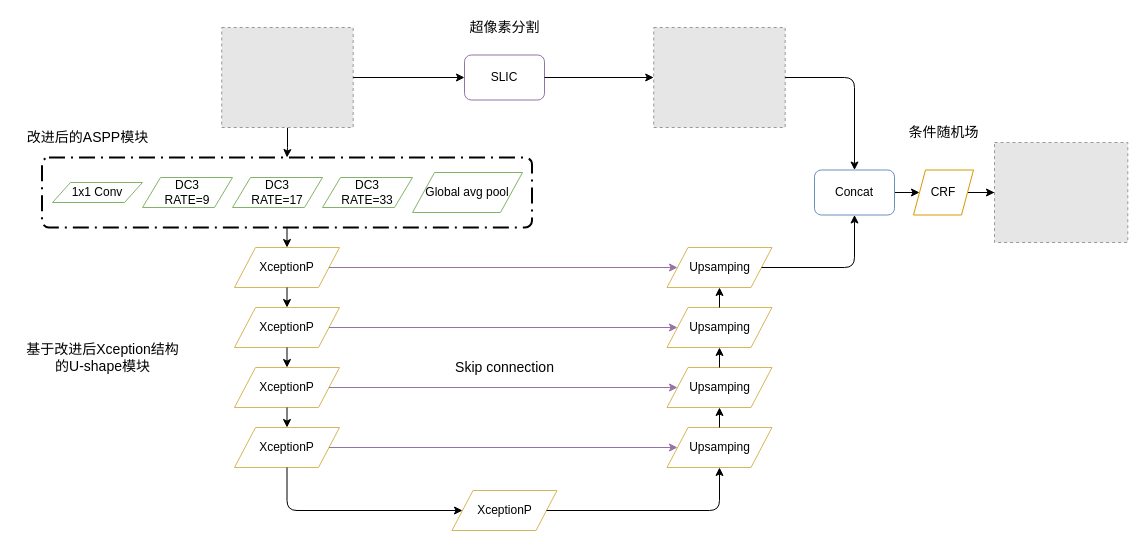
Above: page "Page-1" (1 of 4) of img/Untitled Diagram.drawio in Wangtab/Wangtab.github.io (draw.io), before the change. Source tidied: cells renumbered, new cells numbered last; positions are measured from the earlier drawing's top-left corner, leaving out a move shared by most shapes. Both pictures are drawn from the tidied source at 100%, with x=0, y=0 at pixel (17, 17). Pictures stored in the file or linked from it are replaced by grey dashed boxes.
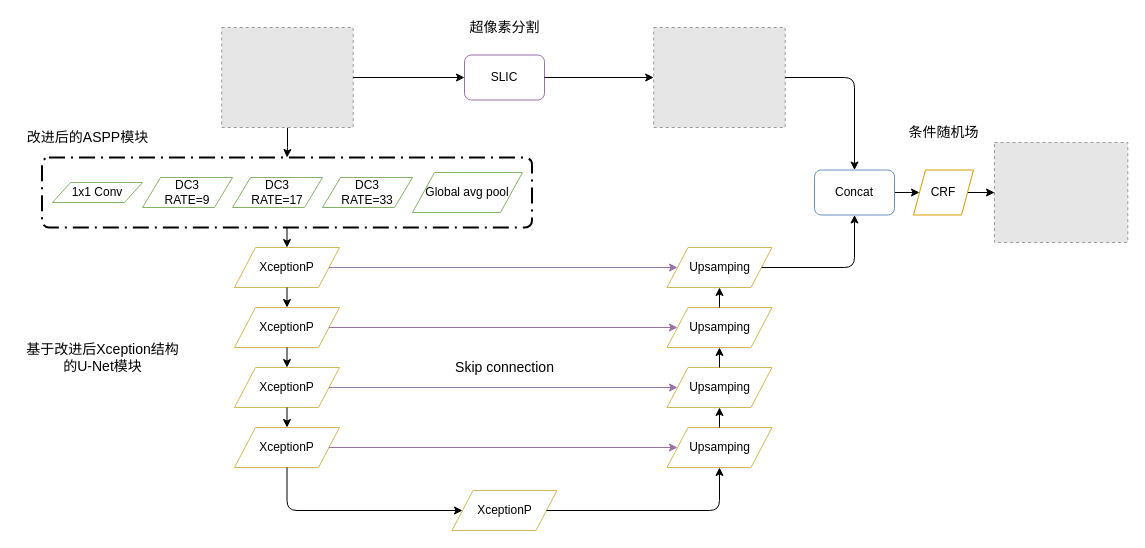
After the change.

Diff of the diagram source:
```diff
@@
-    <mxCell id="41" value="&lt;font style=&quot;font-size: 14px&quot;&gt;基于改进后Xception结构&lt;br&gt;的U-shape模块&lt;/font&gt;" style="text;html=1;align=center;verticalAlign=middle;" parent="1" vertex="1">
+    <mxCell id="41" value="&lt;font style=&quot;font-size: 14px&quot;&gt;基于改进后Xception结构&lt;br&gt;的U-Net模块&lt;/font&gt;" style="text;html=1;align=center;verticalAlign=middle;" parent="1" vertex="1">
       <mxGeometry y="320" width="170" height="40" as="geometry" />
     </mxCell>
```
